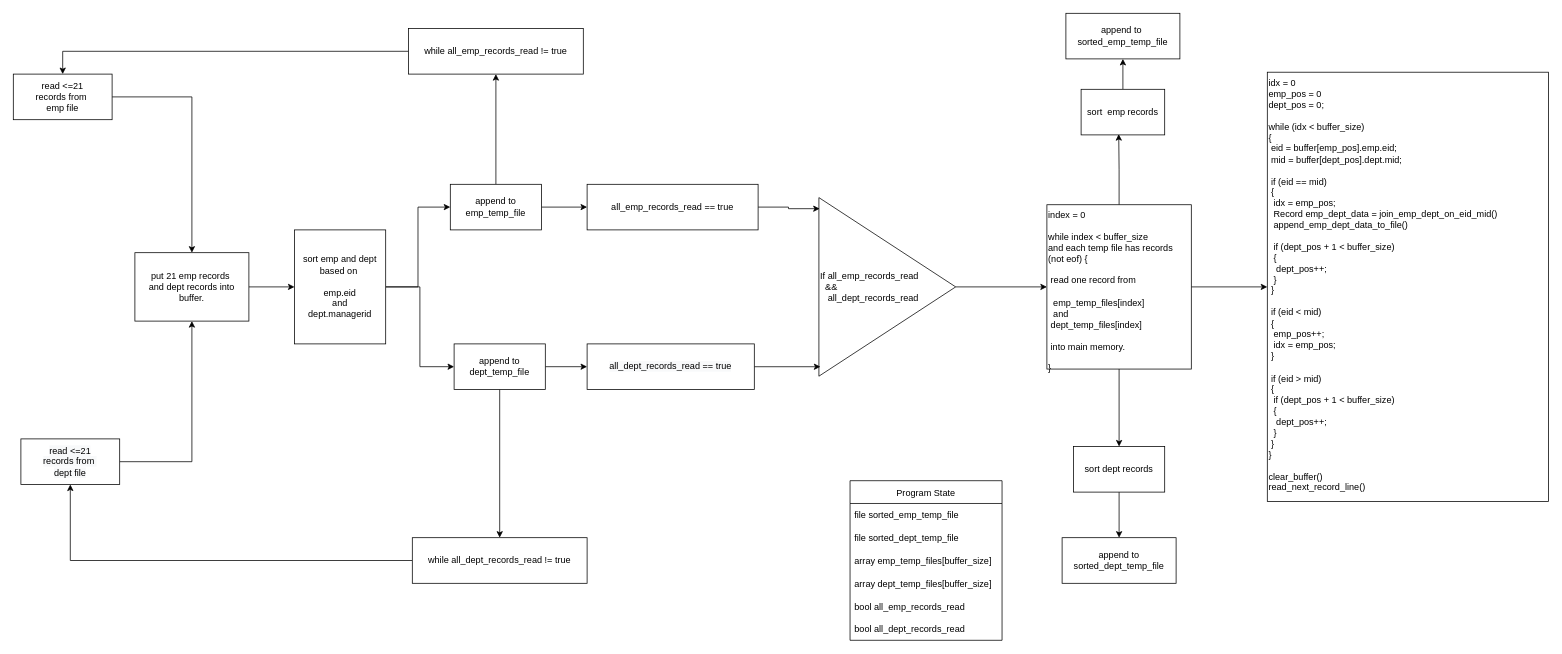
Earlier version of the draw.io diagram hw5/Untitled Diagram.drawio (endepointe/440). Source tidied: cells renumbered, new cells numbered last; positions are measured from the earlier drawing's top-left corner, leaving out a move shared by most shapes. Both pictures are drawn from the tidied source at 76%, with x=0, y=0 at pixel (13, 13).
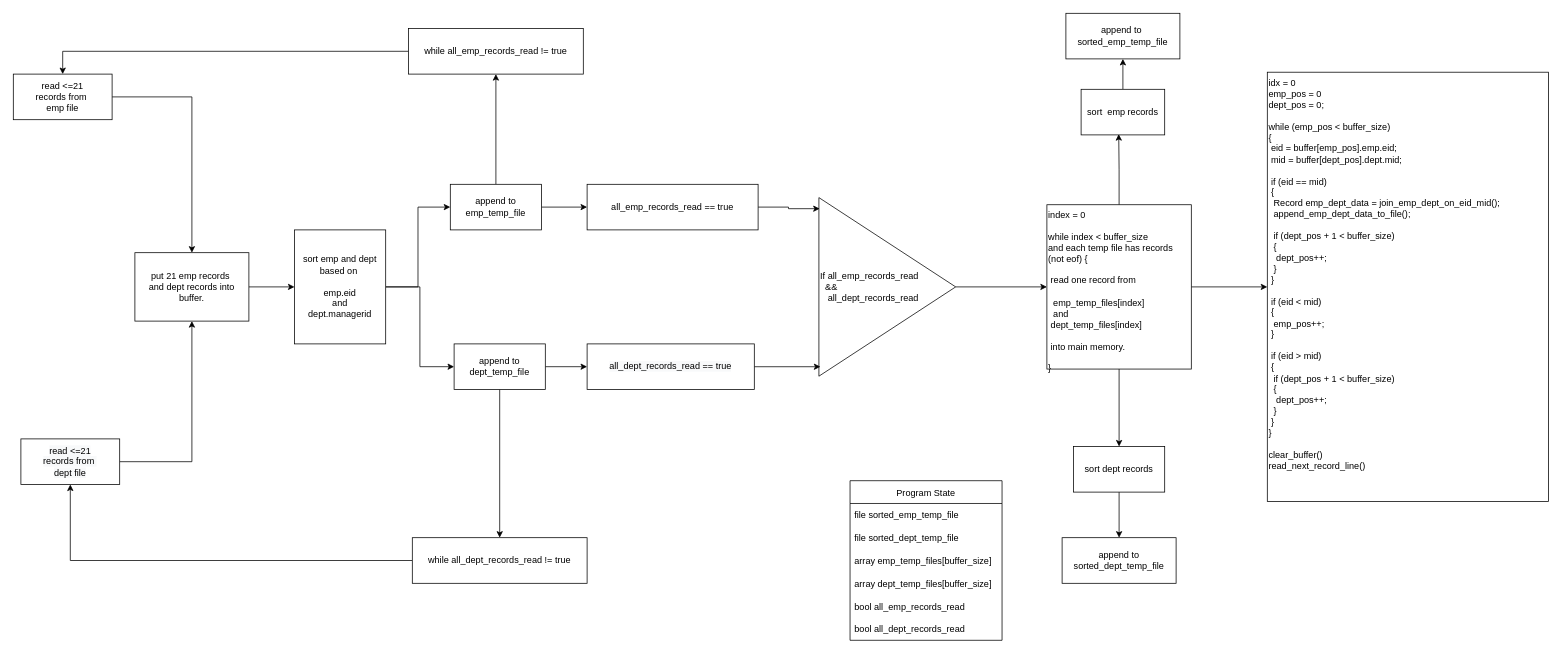
Above is the later version.

The edit, as a diff of the source:
```diff
@@
-    <mxCell id="44" value="idx = 0&lt;br&gt;emp_pos = 0&lt;br&gt;dept_pos = 0;&lt;br&gt;&lt;br&gt;while (idx &amp;lt; buffer_size)&amp;nbsp;&lt;br&gt;{&lt;br&gt;&lt;span&gt; &lt;/span&gt;&lt;span style=&quot;white-space: pre&quot;&gt; &lt;/span&gt;eid = buffer[emp_pos].emp.eid;&lt;br&gt;&lt;span&gt; &lt;/span&gt;&lt;span style=&quot;white-space: pre&quot;&gt; &lt;/span&gt;mid = buffer[dept_pos].dept.mid;&lt;br&gt;&lt;span&gt; &lt;/span&gt;&lt;span&gt; &lt;/span&gt;&lt;span style=&quot;white-space: pre&quot;&gt; &lt;/span&gt;&lt;br&gt;&lt;span style=&quot;white-space: pre&quot;&gt; &lt;/span&gt;if (eid == mid)&lt;br&gt;&lt;span&gt; &lt;/span&gt;&lt;span&gt; &lt;/span&gt;&lt;span style=&quot;white-space: pre&quot;&gt; &lt;/span&gt;{&lt;br&gt;&lt;span&gt; &lt;/span&gt;&lt;span&gt; &lt;/span&gt;&lt;span&gt; &lt;/span&gt;&lt;span&gt; &lt;/span&gt;&lt;span style=&quot;white-space: pre&quot;&gt; &lt;/span&gt;&lt;span style=&quot;white-space: pre&quot;&gt; &lt;/span&gt;idx = emp_pos;&lt;br&gt;&lt;span&gt; &lt;/span&gt;&lt;span&gt; &lt;/span&gt;&lt;span&gt; &lt;/span&gt;&lt;span&gt; &lt;/span&gt;&lt;span style=&quot;white-space: pre&quot;&gt; &lt;/span&gt;&lt;span style=&quot;white-space: pre&quot;&gt; &lt;/span&gt;Record emp_dept_data = join_emp_dept_on_eid_mid()&lt;br&gt;&lt;span&gt; &lt;/span&gt;&lt;span&gt; &lt;/span&gt;&lt;span&gt; &lt;/span&gt;&lt;span&gt; &lt;/span&gt;&lt;span style=&quot;white-space: pre&quot;&gt; &lt;/span&gt;&lt;span style=&quot;white-space: pre&quot;&gt; &lt;/span&gt;append_emp_dept_data_to_file()&lt;br&gt;&lt;span&gt; &lt;/span&gt;&lt;span&gt; &lt;/span&gt;&lt;span style=&quot;white-space: pre&quot;&gt; &lt;/span&gt;&lt;span style=&quot;white-space: pre&quot;&gt; &lt;/span&gt;&lt;br&gt;&lt;span style=&quot;white-space: pre&quot;&gt; &lt;/span&gt;&lt;span style=&quot;white-space: pre&quot;&gt; &lt;/span&gt;if (dept_pos + 1 &amp;lt; buffer_size)&lt;br&gt;&lt;span&gt; &lt;/span&gt;&lt;span&gt; &lt;/span&gt;&lt;span style=&quot;white-space: pre&quot;&gt; &lt;/span&gt;&lt;span style=&quot;white-space: pre&quot;&gt; &lt;/span&gt;{&lt;br&gt;&lt;span&gt; &lt;/span&gt;&lt;span&gt; &lt;/span&gt;&lt;span&gt; &lt;/span&gt;&lt;span style=&quot;white-space: pre&quot;&gt; &lt;/span&gt;&lt;span style=&quot;white-space: pre&quot;&gt; &lt;/span&gt;&lt;span style=&quot;white-space: pre&quot;&gt; &lt;/span&gt;dept_pos++;&lt;br&gt;&lt;span&gt; &lt;/span&gt;&lt;span&gt; &lt;/span&gt;&lt;span style=&quot;white-space: pre&quot;&gt; &lt;/span&gt;&lt;span style=&quot;white-space: pre&quot;&gt; &lt;/span&gt;}&lt;br&gt;&lt;span&gt; &lt;/span&gt;&lt;span&gt; &lt;/span&gt;&lt;span style=&quot;white-space: pre&quot;&gt; &lt;/span&gt;}&lt;br&gt;&lt;br&gt;&lt;span&gt; &lt;/span&gt;&lt;span&gt; &lt;/span&gt;&lt;span style=&quot;white-space: pre&quot;&gt; &lt;/span&gt;if (eid &amp;lt; mid)&lt;br&gt;&lt;span&gt; &lt;/span&gt;&lt;span&gt; &lt;/span&gt;&lt;span style=&quot;white-space: pre&quot;&gt; &lt;/span&gt;{&lt;br&gt;&lt;span&gt; &lt;/span&gt;&lt;span&gt; &lt;/span&gt;&lt;span&gt; &lt;/span&gt;&lt;span&gt; &lt;/span&gt;&lt;span style=&quot;white-space: pre&quot;&gt; &lt;/span&gt;&lt;span style=&quot;white-space: pre&quot;&gt; &lt;/span&gt;emp_pos++;&lt;br&gt;&lt;span&gt; &lt;/span&gt;&lt;span&gt; &lt;/span&gt;&lt;span&gt; &lt;/span&gt;&lt;span&gt; &lt;/span&gt;&lt;span style=&quot;white-space: pre&quot;&gt; &lt;/span&gt;&lt;span style=&quot;white-space: pre&quot;&gt; &lt;/span&gt;idx = emp_pos;&lt;br&gt;&lt;span&gt; &lt;/span&gt;&lt;span&gt; &lt;/span&gt;&lt;span style=&quot;white-space: pre&quot;&gt; &lt;/span&gt;}&lt;br&gt;&lt;br&gt;&lt;span&gt; &lt;/span&gt;&lt;span&gt; &lt;/span&gt;&lt;span style=&quot;white-space: pre&quot;&gt; &lt;/span&gt;if (eid &amp;gt; mid)&lt;br&gt;&lt;span&gt; &lt;/span&gt;&lt;span&gt; &lt;/span&gt;&lt;span style=&quot;white-space: pre&quot;&gt; &lt;/span&gt;{&lt;br&gt;&lt;span&gt; &lt;/span&gt;&lt;span&gt; &lt;/span&gt;&lt;span style=&quot;white-space: pre&quot;&gt; &lt;/span&gt;&lt;span style=&quot;white-space: pre&quot;&gt; &lt;/span&gt;if (dept_pos + 1 &amp;lt; buffer_size)&lt;br&gt;&lt;span&gt; &lt;/span&gt;&lt;span&gt; &lt;/span&gt;&lt;span style=&quot;white-space: pre&quot;&gt; &lt;/span&gt;&lt;span style=&quot;white-space: pre&quot;&gt; &lt;/span&gt;{&lt;br&gt;&lt;span&gt; &lt;/span&gt;&lt;span&gt; &lt;/span&gt;&lt;span&gt; &lt;/span&gt;&lt;span style=&quot;white-space: pre&quot;&gt; &lt;/span&gt;&lt;span style=&quot;white-space: pre&quot;&gt; &lt;/span&gt;&lt;span style=&quot;white-space: pre&quot;&gt; &lt;/span&gt;dept_pos++;&lt;br&gt;&lt;span&gt; &lt;/span&gt;&lt;span&gt; &lt;/span&gt;&lt;span style=&quot;white-space: pre&quot;&gt; &lt;/span&gt;&lt;span style=&quot;white-space: pre&quot;&gt; &lt;/span&gt;}&lt;br&gt;&lt;span&gt; &lt;/span&gt;&lt;span&gt; &lt;/span&gt;&lt;span style=&quot;white-space: pre&quot;&gt; &lt;/span&gt;}&lt;br&gt;}&lt;br&gt;&lt;br&gt;clear_buffer()&lt;br&gt;read_next_record_line()" style="rounded=0;whiteSpace=wrap;html=1;fontFamily=Helvetica;fontSize=12;fontColor=default;strokeColor=default;fillColor=default;textDirection=ltr;verticalAlign=top;align=left;" parent="1" vertex="1">
+    <mxCell id="44" value="idx = 0&lt;br&gt;emp_pos = 0&lt;br&gt;dept_pos = 0;&lt;br&gt;&lt;br&gt;while (emp_pos &amp;lt; buffer_size)&amp;nbsp;&lt;br&gt;{&lt;br&gt;&lt;span&gt; &lt;/span&gt;&lt;span style=&quot;white-space: pre&quot;&gt; &lt;/span&gt;eid = buffer[emp_pos].emp.eid;&lt;br&gt;&lt;span&gt; &lt;/span&gt;&lt;span style=&quot;white-space: pre&quot;&gt; &lt;/span&gt;mid = buffer[dept_pos].dept.mid;&lt;br&gt;&lt;span&gt; &lt;/span&gt;&lt;span&gt; &lt;/span&gt;&lt;span style=&quot;white-space: pre&quot;&gt; &lt;/span&gt;&lt;br&gt;&lt;span style=&quot;white-space: pre&quot;&gt; &lt;/span&gt;if (eid == mid)&lt;br&gt;&lt;span&gt; &lt;/span&gt;&lt;span&gt; &lt;/span&gt;&lt;span style=&quot;white-space: pre&quot;&gt; &lt;/span&gt;{&lt;br&gt;&lt;span&gt; &lt;/span&gt;&lt;span&gt; &lt;/span&gt;&lt;span&gt; &lt;/span&gt;&lt;span&gt; &lt;/span&gt;&lt;span style=&quot;white-space: pre&quot;&gt; &lt;/span&gt;&lt;span style=&quot;white-space: pre&quot;&gt; &lt;/span&gt;Record emp_dept_data = join_emp_dept_on_eid_mid();&lt;br&gt;&lt;span&gt; &lt;/span&gt;&lt;span&gt; &lt;/span&gt;&lt;span&gt; &lt;/span&gt;&lt;span&gt; &lt;/span&gt;&lt;span style=&quot;white-space: pre&quot;&gt; &lt;/span&gt;&lt;span style=&quot;white-space: pre&quot;&gt; &lt;/span&gt;append_emp_dept_data_to_file();&lt;br&gt;&lt;br&gt;&lt;span style=&quot;white-space: pre&quot;&gt; &lt;/span&gt;&lt;span style=&quot;white-space: pre&quot;&gt; &lt;/span&gt;if (dept_pos + 1 &amp;lt; buffer_size)&lt;br&gt;&lt;span style=&quot;white-space: pre&quot;&gt; &lt;/span&gt;&lt;span style=&quot;white-space: pre&quot;&gt; &lt;/span&gt;{&lt;br&gt;&lt;span style=&quot;white-space: pre&quot;&gt; &lt;/span&gt;&lt;span style=&quot;white-space: pre&quot;&gt; &lt;/span&gt;&lt;span style=&quot;white-space: pre&quot;&gt; &lt;/span&gt;dept_pos++;&lt;br&gt;&lt;span style=&quot;white-space: pre&quot;&gt; &lt;/span&gt;&lt;span style=&quot;white-space: pre&quot;&gt; &lt;/span&gt;}&lt;br&gt;&lt;span&gt; &lt;/span&gt;&lt;span&gt; &lt;/span&gt;&lt;span style=&quot;white-space: pre&quot;&gt; &lt;/span&gt;}&lt;br&gt;&lt;br&gt;&lt;span&gt; &lt;/span&gt;&lt;span&gt; &lt;/span&gt;&lt;span style=&quot;white-space: pre&quot;&gt; &lt;/span&gt;if (eid &amp;lt; mid)&lt;br&gt;&lt;span&gt; &lt;/span&gt;&lt;span&gt; &lt;/span&gt;&lt;span style=&quot;white-space: pre&quot;&gt; &lt;/span&gt;{&lt;br&gt;&lt;span&gt; &lt;/span&gt;&lt;span&gt; &lt;/span&gt;&lt;span&gt; &lt;/span&gt;&lt;span&gt; &lt;/span&gt;&lt;span style=&quot;white-space: pre&quot;&gt; &lt;/span&gt;&lt;span style=&quot;white-space: pre&quot;&gt; &lt;/span&gt;emp_pos++;&lt;br&gt;&lt;span&gt; &lt;/span&gt;&lt;span&gt; &lt;/span&gt;&lt;span style=&quot;white-space: pre&quot;&gt; &lt;/span&gt;}&lt;br&gt;&lt;br&gt;&lt;span&gt; &lt;/span&gt;&lt;span&gt; &lt;/span&gt;&lt;span style=&quot;white-space: pre&quot;&gt; &lt;/span&gt;if (eid &amp;gt; mid)&lt;br&gt;&lt;span&gt; &lt;/span&gt;&lt;span&gt; &lt;/span&gt;&lt;span style=&quot;white-space: pre&quot;&gt; &lt;/span&gt;{&lt;br&gt;&lt;span&gt; &lt;/span&gt;&lt;span&gt; &lt;/span&gt;&lt;span style=&quot;white-space: pre&quot;&gt; &lt;/span&gt;&lt;span style=&quot;white-space: pre&quot;&gt; &lt;/span&gt;if (dept_pos + 1 &amp;lt; buffer_size)&lt;br&gt;&lt;span&gt; &lt;/span&gt;&lt;span&gt; &lt;/span&gt;&lt;span style=&quot;white-space: pre&quot;&gt; &lt;/span&gt;&lt;span style=&quot;white-space: pre&quot;&gt; &lt;/span&gt;{&lt;br&gt;&lt;span&gt; &lt;/span&gt;&lt;span&gt; &lt;/span&gt;&lt;span&gt; &lt;/span&gt;&lt;span style=&quot;white-space: pre&quot;&gt; &lt;/span&gt;&lt;span style=&quot;white-space: pre&quot;&gt; &lt;/span&gt;&lt;span style=&quot;white-space: pre&quot;&gt; &lt;/span&gt;dept_pos++;&lt;br&gt;&lt;span&gt; &lt;/span&gt;&lt;span&gt; &lt;/span&gt;&lt;span style=&quot;white-space: pre&quot;&gt; &lt;/span&gt;&lt;span style=&quot;white-space: pre&quot;&gt; &lt;/span&gt;}&lt;br&gt;&lt;span&gt; &lt;/span&gt;&lt;span&gt; &lt;/span&gt;&lt;span style=&quot;white-space: pre&quot;&gt; &lt;/span&gt;}&lt;br&gt;}&lt;br&gt;&lt;br&gt;clear_buffer()&lt;br&gt;read_next_record_line()" style="rounded=0;whiteSpace=wrap;html=1;fontFamily=Helvetica;fontSize=12;fontColor=default;strokeColor=default;fillColor=default;textDirection=ltr;verticalAlign=top;align=left;" parent="1" vertex="1">
       <mxGeometry x="1650" y="77.5" width="370" height="565" as="geometry" />
     </mxCell>
```
